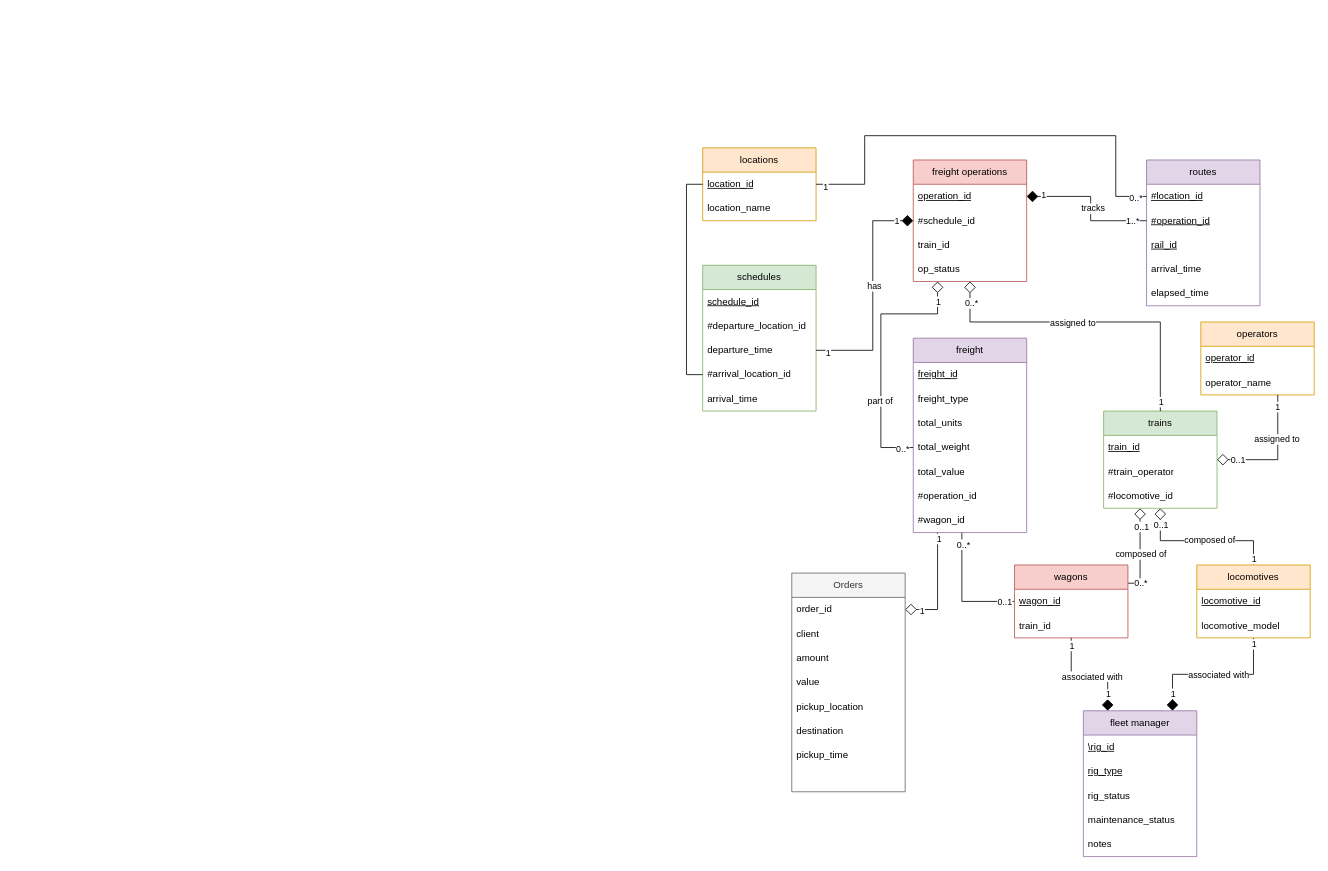
Cconstantinee/test101 keeps this draw.io diagram as global class diagram.drawio. Above is the earlier version. Source tidied: cells renumbered, new cells numbered last; positions are measured from the earlier drawing's top-left corner, leaving out a move shared by most shapes. Both pictures are drawn from the tidied source at 81%, with x=0, y=0 at pixel (686, 135).
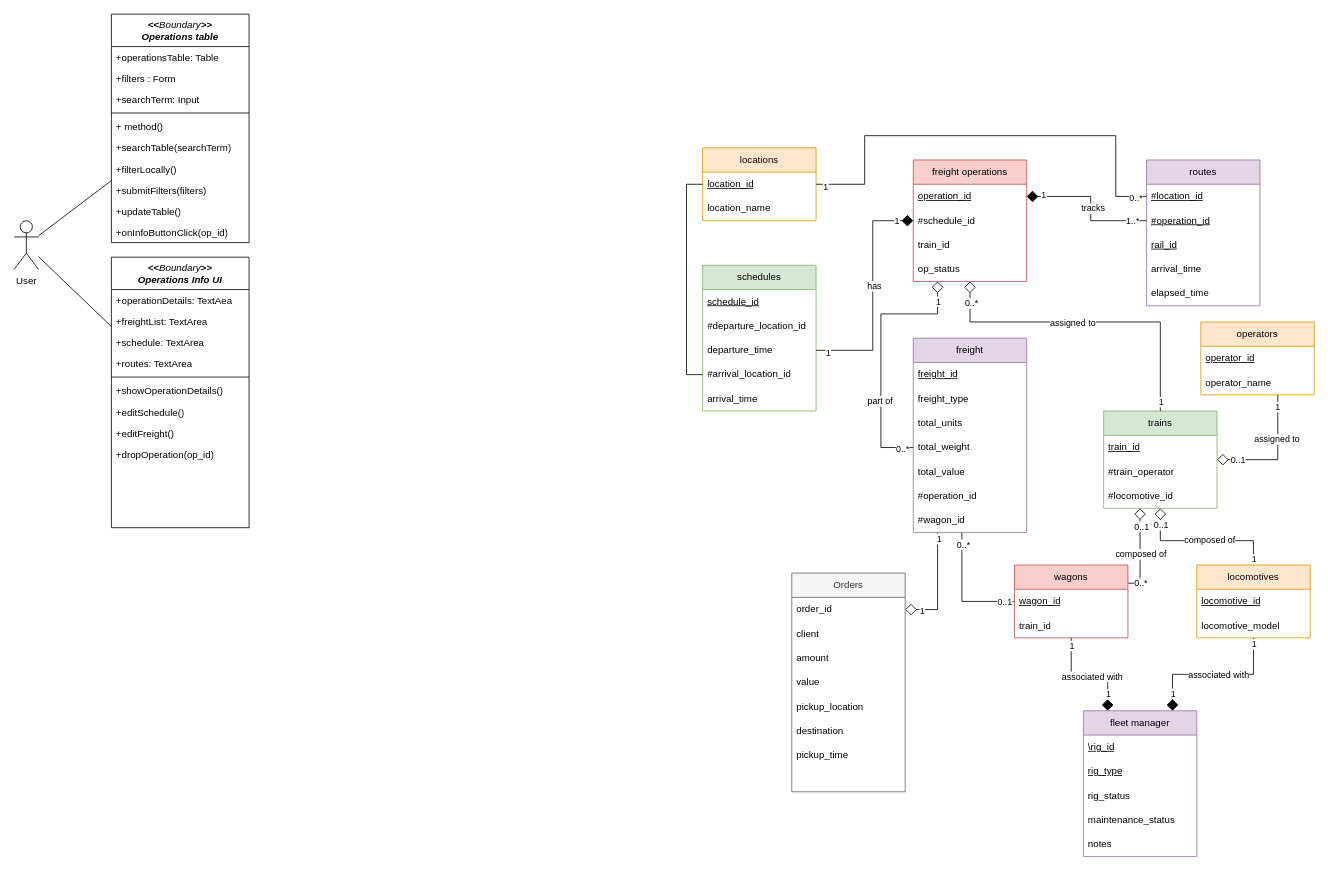
After the change.

The edit, as a diff of the source:
```diff
@@
+    <mxCell id="106" value="&lt;div&gt;&lt;i&gt;&amp;lt;&amp;lt;&lt;span style=&quot;font-weight: normal;&quot;&gt;Boundary&lt;/span&gt;&amp;gt;&amp;gt;&lt;/i&gt;&lt;/div&gt;&lt;div&gt;&lt;i&gt;Operations table&lt;br&gt;&lt;/i&gt;&lt;/div&gt;" style="swimlane;fontStyle=1;align=center;verticalAlign=top;horizontal=1;startSize=40;whiteSpace=wrap;html=1;" parent="1" vertex="1">
+      <mxGeometry x="-710" y="-150" width="170" height="282" as="geometry" />
+    </mxCell>
+    <mxCell id="107" value="+operationsTable: Table" style="text;strokeColor=none;fillColor=none;align=left;verticalAlign=top;spacingLeft=4;spacingRight=4;overflow=hidden;whiteSpace=wrap;html=1;" parent="106" vertex="1">
+      <mxGeometry y="40" width="170" height="26" as="geometry" />
+    </mxCell>
+    <mxCell id="108" value="+filters : Form" style="text;strokeColor=none;fillColor=none;align=left;verticalAlign=top;spacingLeft=4;spacingRight=4;overflow=hidden;whiteSpace=wrap;html=1;" parent="106" vertex="1">
+      <mxGeometry y="66" width="170" height="26" as="geometry" />
+    </mxCell>
+    <mxCell id="109" value="+searchTerm: Input" style="text;strokeColor=none;fillColor=none;align=left;verticalAlign=top;spacingLeft=4;spacingRight=4;overflow=hidden;whiteSpace=wrap;html=1;" parent="106" vertex="1">
+      <mxGeometry y="92" width="170" height="26" as="geometry" />
+    </mxCell>
+    <mxCell id="110" style="line;strokeWidth=1;fillColor=none;align=left;verticalAlign=middle;spacingTop=-1;spacingLeft=3;spacingRight=3;labelPosition=right;strokeColor=inherit;" parent="106" vertex="1">
+      <mxGeometry y="118" width="170" height="8" as="geometry" />
+    </mxCell>
+    <mxCell id="111" value="+ method()" style="text;strokeColor=none;fillColor=none;align=left;verticalAlign=top;spacingLeft=4;spacingRight=4;overflow=hidden;whiteSpace=wrap;html=1;" parent="106" vertex="1">
+      <mxGeometry y="126" width="170" height="26" as="geometry" />
+    </mxCell>
+    <mxCell id="112" value="+searchTable(searchTerm)" style="text;strokeColor=none;fillColor=none;align=left;verticalAlign=top;spacingLeft=4;spacingRight=4;overflow=hidden;whiteSpace=wrap;html=1;" parent="106" vertex="1">
+      <mxGeometry y="152" width="170" height="26" as="geometry" />
+    </mxCell>
+    <mxCell id="113" value="+filterLocally()" style="text;strokeColor=none;fillColor=none;align=left;verticalAlign=top;spacingLeft=4;spacingRight=4;overflow=hidden;whiteSpace=wrap;html=1;" parent="106" vertex="1">
+      <mxGeometry y="178" width="170" height="26" as="geometry" />
+    </mxCell>
+    <mxCell id="114" value="+submitFilters(filters)" style="text;strokeColor=none;fillColor=none;align=left;verticalAlign=top;spacingLeft=4;spacingRight=4;overflow=hidden;whiteSpace=wrap;html=1;" parent="106" vertex="1">
+      <mxGeometry y="204" width="170" height="26" as="geometry" />
+    </mxCell>
+    <mxCell id="115" value="+updateTable()" style="text;strokeColor=none;fillColor=none;align=left;verticalAlign=top;spacingLeft=4;spacingRight=4;overflow=hidden;whiteSpace=wrap;html=1;" parent="106" vertex="1">
+      <mxGeometry y="230" width="170" height="26" as="geometry" />
+    </mxCell>
+    <mxCell id="116" value="+onInfoButtonClick(op_id)" style="text;strokeColor=none;fillColor=none;align=left;verticalAlign=top;spacingLeft=4;spacingRight=4;overflow=hidden;whiteSpace=wrap;html=1;" parent="106" vertex="1">
+      <mxGeometry y="256" width="170" height="26" as="geometry" />
+    </mxCell>
+    <mxCell id="117" value="&lt;div&gt;&lt;i&gt;&amp;lt;&amp;lt;&lt;span style=&quot;font-weight: normal;&quot;&gt;Boundary&lt;/span&gt;&amp;gt;&amp;gt;&lt;/i&gt;&lt;/div&gt;&lt;div&gt;&lt;i&gt;Operations Info UI&lt;br&gt;&lt;/i&gt;&lt;/div&gt;" style="swimlane;fontStyle=1;align=center;verticalAlign=top;horizontal=1;startSize=40;whiteSpace=wrap;html=1;" parent="1" vertex="1">
+      <mxGeometry x="-710" y="150" width="170" height="334" as="geometry" />
+    </mxCell>
+    <mxCell id="118" value="+operationDetails: TextAea" style="text;strokeColor=none;fillColor=none;align=left;verticalAlign=top;spacingLeft=4;spacingRight=4;overflow=hidden;whiteSpace=wrap;html=1;" parent="117" vertex="1">
+      <mxGeometry y="40" width="170" height="26" as="geometry" />
+    </mxCell>
+    <mxCell id="119" value="+freightList: TextArea" style="text;strokeColor=none;fillColor=none;align=left;verticalAlign=top;spacingLeft=4;spacingRight=4;overflow=hidden;whiteSpace=wrap;html=1;" parent="117" vertex="1">
+      <mxGeometry y="66" width="170" height="26" as="geometry" />
+    </mxCell>
+    <mxCell id="120" value="+schedule: TextArea" style="text;strokeColor=none;fillColor=none;align=left;verticalAlign=top;spacingLeft=4;spacingRight=4;overflow=hidden;whiteSpace=wrap;html=1;" parent="117" vertex="1">
+      <mxGeometry y="92" width="170" height="26" as="geometry" />
+    </mxCell>
+    <mxCell id="121" value="+routes: TextArea" style="text;strokeColor=none;fillColor=none;align=left;verticalAlign=top;spacingLeft=4;spacingRight=4;overflow=hidden;whiteSpace=wrap;html=1;" parent="117" vertex="1">
+      <mxGeometry y="118" width="170" height="26" as="geometry" />
+    </mxCell>
+    <mxCell id="122" style="line;strokeWidth=1;fillColor=none;align=left;verticalAlign=middle;spacingTop=-1;spacingLeft=3;spacingRight=3;labelPosition=right;strokeColor=inherit;" parent="117" vertex="1">
+      <mxGeometry y="144" width="170" height="8" as="geometry" />
+    </mxCell>
+    <mxCell id="123" value="+showOperationDetails()" style="text;strokeColor=none;fillColor=none;align=left;verticalAlign=top;spacingLeft=4;spacingRight=4;overflow=hidden;whiteSpace=wrap;html=1;" parent="117" vertex="1">
+      <mxGeometry y="152" width="170" height="26" as="geometry" />
+    </mxCell>
+    <mxCell id="124" value="+editSchedule()" style="text;strokeColor=none;fillColor=none;align=left;verticalAlign=top;spacingLeft=4;spacingRight=4;overflow=hidden;whiteSpace=wrap;html=1;" parent="117" vertex="1">
+      <mxGeometry y="178" width="170" height="26" as="geometry" />
+    </mxCell>
+    <mxCell id="125" value="+editFreight()" style="text;strokeColor=none;fillColor=none;align=left;verticalAlign=top;spacingLeft=4;spacingRight=4;overflow=hidden;whiteSpace=wrap;html=1;" parent="117" vertex="1">
+      <mxGeometry y="204" width="170" height="26" as="geometry" />
+    </mxCell>
+    <mxCell id="126" value="+dropOperation(op_id)" style="text;strokeColor=none;fillColor=none;align=left;verticalAlign=top;spacingLeft=4;spacingRight=4;overflow=hidden;whiteSpace=wrap;html=1;" parent="117" vertex="1">
+      <mxGeometry y="230" width="170" height="26" as="geometry" />
+    </mxCell>
+    <mxCell id="127" style="text;strokeColor=none;fillColor=none;align=left;verticalAlign=top;spacingLeft=4;spacingRight=4;overflow=hidden;whiteSpace=wrap;html=1;" parent="117" vertex="1">
+      <mxGeometry y="256" width="170" height="26" as="geometry" />
+    </mxCell>
+    <mxCell id="128" style="text;strokeColor=none;fillColor=none;align=left;verticalAlign=top;spacingLeft=4;spacingRight=4;overflow=hidden;whiteSpace=wrap;html=1;" parent="117" vertex="1">
+      <mxGeometry y="282" width="170" height="26" as="geometry" />
+    </mxCell>
+    <mxCell id="129" style="text;strokeColor=none;fillColor=none;align=left;verticalAlign=top;spacingLeft=4;spacingRight=4;overflow=hidden;whiteSpace=wrap;html=1;" parent="117" vertex="1">
+      <mxGeometry y="308" width="170" height="26" as="geometry" />
+    </mxCell>
+    <mxCell id="130" value="User" style="shape=umlActor;verticalLabelPosition=bottom;verticalAlign=top;html=1;outlineConnect=0;" parent="1" vertex="1">
+      <mxGeometry x="-830" y="105" width="30" height="60" as="geometry" />
+    </mxCell>
+    <mxCell id="131" style="endArrow=none;html=1;rounded=0;" parent="1" edge="1" source="130" target="106">
+      <mxGeometry relative="1" as="geometry" />
+    </mxCell>
+    <mxCell id="132" style="endArrow=none;html=1;rounded=0;" parent="1" edge="1" source="130" target="117">
+      <mxGeometry relative="1" as="geometry" />
+    </mxCell>
```
